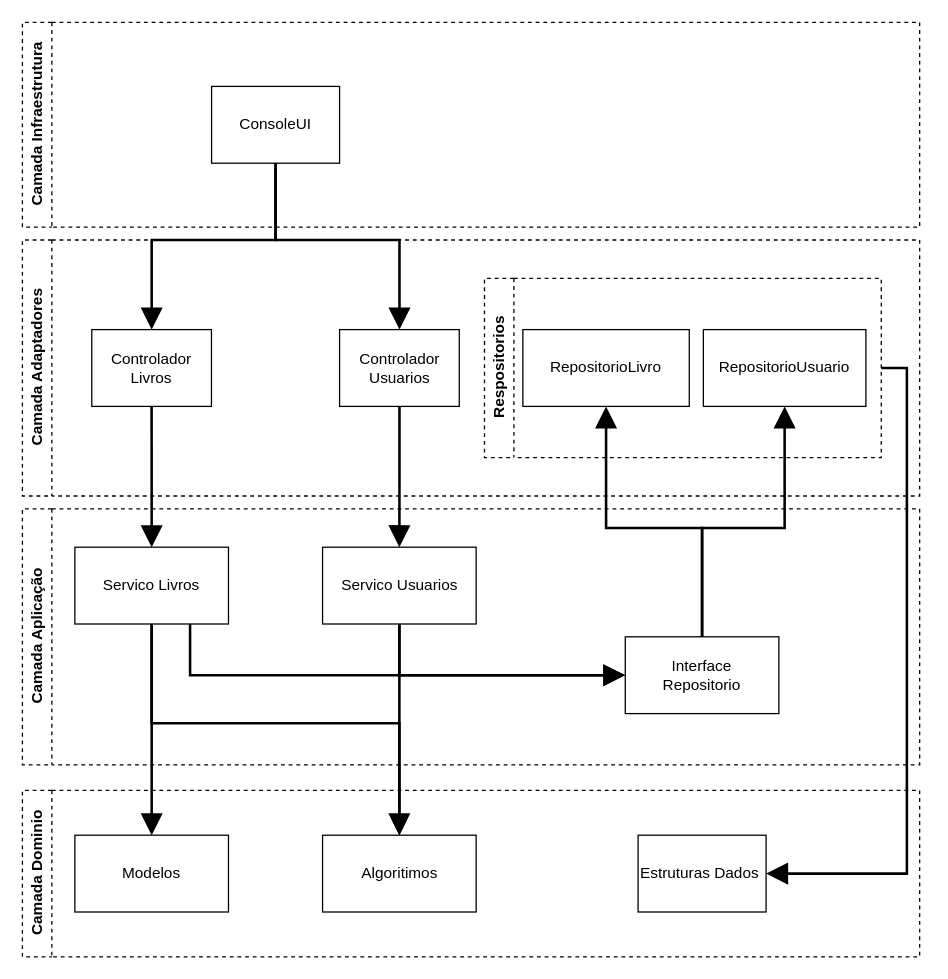
The draw.io diagram arquitetura.drawio in gleberphant/BibliotecaJava, before the edit. Source tidied: cells renumbered, new cells numbered last; positions are measured from the earlier drawing's top-left corner, leaving out a move shared by most shapes. Both pictures are drawn from the tidied source at 128%, with x=0, y=0 at pixel (22, 22).
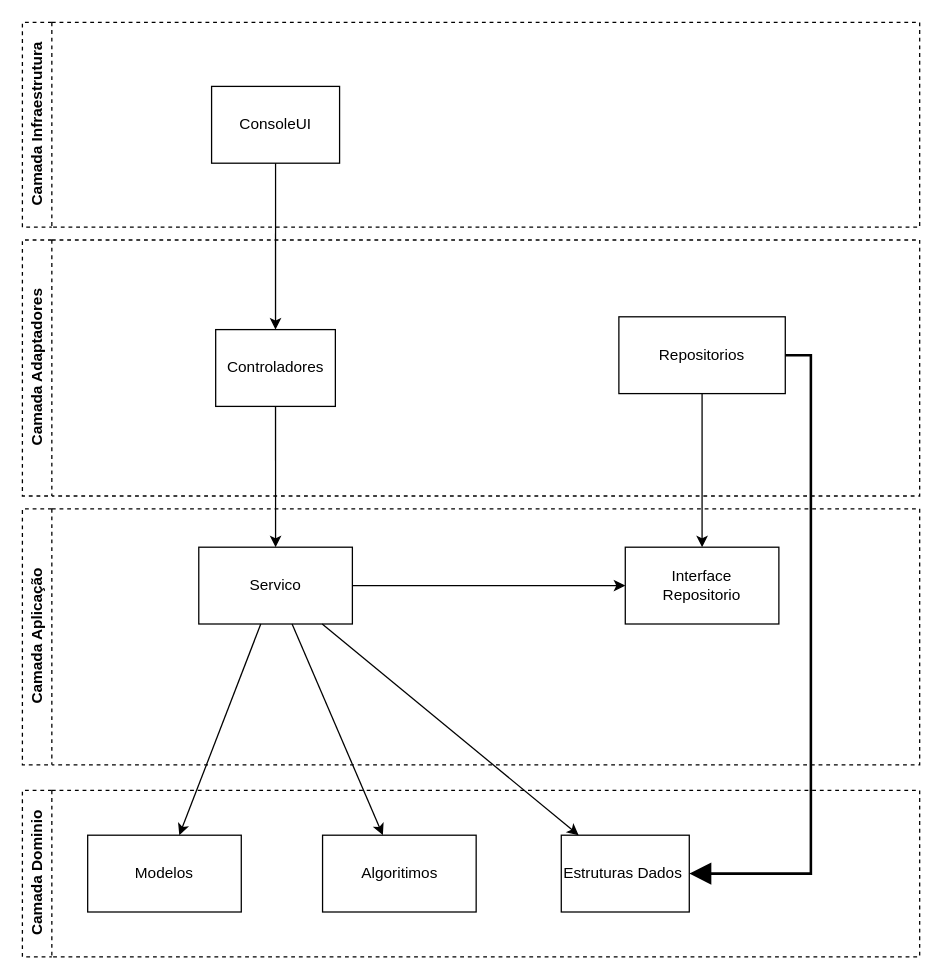
The same diagram, later.

Unchanged cells that the change refers to:
```xml
<mxCell id="4" value="ConsoleUI" style="rounded=0;whiteSpace=wrap;html=1;" parent="3" vertex="1">
  <mxGeometry x="147.8" y="50" width="100" height="60" as="geometry" />
</mxCell>
<mxCell id="5" value="Camada Adaptadores" style="swimlane;horizontal=0;whiteSpace=wrap;html=1;dashed=1;" parent="1" vertex="1">
  <mxGeometry y="170" width="701" height="200" as="geometry" />
</mxCell>
<mxCell id="11" value="Camada Aplicação" style="swimlane;horizontal=0;whiteSpace=wrap;html=1;dashed=1;startSize=23;" parent="1" vertex="1">
  <mxGeometry y="380" width="701" height="200" as="geometry" />
</mxCell>
<mxCell id="18" value="Camada Dominio" style="swimlane;horizontal=0;whiteSpace=wrap;html=1;dashed=1;" parent="1" vertex="1">
  <mxGeometry y="600" width="701" height="130" as="geometry" />
</mxCell>
<mxCell id="20" value="Algoritimos" style="rounded=0;whiteSpace=wrap;html=1;" parent="18" vertex="1">
  <mxGeometry x="234.5" y="35" width="120" height="60" as="geometry" />
</mxCell>
```

Change to the diagram source:
```diff
@@
-    <mxCell id="2" style="edgeStyle=orthogonalEdgeStyle;rounded=0;jettySize=auto;html=1;exitX=0.5;exitY=1;exitDx=0;exitDy=0;strokeWidth=2;endArrow=block;endFill=1;endSize=12;" parent="1" edge="1" source="4" target="6">
-      <mxGeometry relative="1" as="geometry" />
-    </mxCell>
@@
-    <mxCell id="6" value="Controlador&lt;div&gt;Livros&lt;/div&gt;" style="rounded=0;whiteSpace=wrap;html=1;" parent="5" vertex="1">
-      <mxGeometry x="54.2" y="70" width="93.5" height="60" as="geometry" />
+    <mxCell id="6" value="Controladores" style="rounded=0;whiteSpace=wrap;html=1;" parent="5" vertex="1">
+      <mxGeometry x="151" y="70" width="93.5" height="60" as="geometry" />
     </mxCell>
-    <mxCell id="7" value="Controlador&lt;div&gt;Usuarios&lt;/div&gt;" style="rounded=0;whiteSpace=wrap;html=1;" parent="5" vertex="1">
-      <mxGeometry x="247.8" y="70" width="93.5" height="60" as="geometry" />
-    </mxCell>
-    <mxCell id="8" value="Respositorios" style="swimlane;horizontal=0;whiteSpace=wrap;html=1;dashed=1;" parent="5" vertex="1">
-      <mxGeometry x="361" y="30" width="310" height="140" as="geometry" />
-    </mxCell>
-    <mxCell id="9" value="RepositorioLivro" style="rounded=0;whiteSpace=wrap;html=1;" parent="8" vertex="1">
-      <mxGeometry x="30" y="40" width="130" height="60" as="geometry" />
+    <mxCell id="9" value="Repositorios" style="rounded=0;whiteSpace=wrap;html=1;" parent="5" vertex="1">
+      <mxGeometry x="466" y="60" width="130" height="60" as="geometry" />
     </mxCell>
-    <mxCell id="10" value="RepositorioUsuario" style="rounded=0;whiteSpace=wrap;html=1;" parent="8" vertex="1">
-      <mxGeometry x="171" y="40" width="127" height="60" as="geometry" />
-    </mxCell>
@@
+    <mxCell id="16" style="edgeStyle=orthogonalEdgeStyle;html=1;entryX=0;entryY=0.5;entryDx=0;entryDy=0;" parent="11" edge="1" source="12" target="14">
+      <mxGeometry relative="1" as="geometry" />
+    </mxCell>
-    <mxCell id="12" value="Servico Livros" style="rounded=0;whiteSpace=wrap;html=1;" parent="11" vertex="1">
-      <mxGeometry x="41" y="30" width="120" height="60" as="geometry" />
+    <mxCell id="12" value="Servico" style="rounded=0;whiteSpace=wrap;html=1;" parent="11" vertex="1">
+      <mxGeometry x="137.8" y="30" width="120" height="60" as="geometry" />
     </mxCell>
-    <mxCell id="13" value="Servico Usuarios" style="rounded=0;whiteSpace=wrap;html=1;" parent="11" vertex="1">
-      <mxGeometry x="234.5" y="30" width="120" height="60" as="geometry" />
-    </mxCell>
     <mxCell id="14" value="Interface&lt;div&gt;Repositorio&lt;/div&gt;" style="rounded=0;whiteSpace=wrap;html=1;" parent="11" vertex="1">
-      <mxGeometry x="471" y="100" width="120" height="60" as="geometry" />
+      <mxGeometry x="471" y="30" width="120" height="60" as="geometry" />
     </mxCell>
-    <mxCell id="15" style="rounded=0;jettySize=auto;html=1;edgeStyle=orthogonalEdgeStyle;strokeWidth=2;endArrow=block;endFill=1;endSize=12;exitX=0.5;exitY=1;exitDx=0;exitDy=0;entryX=0;entryY=0.5;entryDx=0;entryDy=0;" parent="11" edge="1" source="13" target="14">
-      <mxGeometry relative="1" as="geometry" />
-    </mxCell>
-    <mxCell id="16" style="rounded=0;jettySize=auto;html=1;edgeStyle=orthogonalEdgeStyle;strokeWidth=2;endArrow=block;endFill=1;endSize=12;exitX=0.75;exitY=1;exitDx=0;exitDy=0;entryX=0;entryY=0.5;entryDx=0;entryDy=0;curved=0;" parent="11" edge="1" source="12" target="14">
-      <mxGeometry relative="1" as="geometry" />
-    </mxCell>
-    <mxCell id="17" style="edgeStyle=orthogonalEdgeStyle;rounded=0;jettySize=auto;html=1;strokeWidth=2;endArrow=block;endFill=1;endSize=12;exitX=0.5;exitY=1;exitDx=0;exitDy=0;entryX=0.5;entryY=0;entryDx=0;entryDy=0;" parent="1" edge="1" source="6" target="12">
-      <mxGeometry relative="1" as="geometry" />
-    </mxCell>
@@
     <mxCell id="19" value="Modelos" style="rounded=0;whiteSpace=wrap;html=1;" parent="18" vertex="1">
-      <mxGeometry x="41" y="35" width="120" height="60" as="geometry" />
+      <mxGeometry x="51" y="35" width="120" height="60" as="geometry" />
     </mxCell>
@@
     <mxCell id="21" value="Estruturas Dados&amp;nbsp;" style="rounded=0;whiteSpace=wrap;html=1;" parent="18" vertex="1">
-      <mxGeometry x="481" y="35" width="100" height="60" as="geometry" />
+      <mxGeometry x="421" y="35" width="100" height="60" as="geometry" />
     </mxCell>
+    <mxCell id="25" style="edgeStyle=orthogonalEdgeStyle;rounded=0;jettySize=auto;html=1;strokeWidth=2;endArrow=block;endFill=1;endSize=12;exitX=1;exitY=0.5;exitDx=0;exitDy=0;entryX=1;entryY=0.5;entryDx=0;entryDy=0;" parent="1" edge="1" source="9" target="21">
+      <mxGeometry relative="1" as="geometry" />
+    </mxCell>
-    <mxCell id="22" style="edgeStyle=orthogonalEdgeStyle;rounded=0;jettySize=auto;html=1;strokeWidth=2;endArrow=block;endFill=1;endSize=12;exitX=0.5;exitY=1;exitDx=0;exitDy=0;" parent="1" edge="1" source="12" target="19">
+    <mxCell id="22" style="edgeStyle=none;html=1;" parent="1" edge="1" source="12" target="19">
       <mxGeometry relative="1" as="geometry" />
     </mxCell>
-    <mxCell id="23" style="edgeStyle=orthogonalEdgeStyle;rounded=0;jettySize=auto;html=1;strokeWidth=2;endArrow=block;endFill=1;endSize=12;exitX=0.5;exitY=1;exitDx=0;exitDy=0;" parent="1" edge="1" source="12" target="20">
+    <mxCell id="23" style="edgeStyle=none;html=1;" parent="1" edge="1" source="12" target="20">
       <mxGeometry relative="1" as="geometry" />
     </mxCell>
-    <mxCell id="24" style="edgeStyle=orthogonalEdgeStyle;rounded=0;jettySize=auto;html=1;strokeWidth=2;endArrow=block;endFill=1;endSize=12;entryX=0.5;entryY=1;entryDx=0;entryDy=0;" parent="1" edge="1" source="14" target="9">
-      <mxGeometry relative="1" as="geometry" />
-    </mxCell>
-    <mxCell id="25" style="edgeStyle=orthogonalEdgeStyle;rounded=0;jettySize=auto;html=1;strokeWidth=2;endArrow=block;endFill=1;endSize=12;exitX=1;exitY=0.5;exitDx=0;exitDy=0;entryX=1;entryY=0.5;entryDx=0;entryDy=0;" parent="1" edge="1" source="8" target="21">
-      <mxGeometry relative="1" as="geometry" />
-    </mxCell>
-    <mxCell id="26" style="edgeStyle=orthogonalEdgeStyle;rounded=0;jettySize=auto;html=1;strokeWidth=2;endArrow=block;endFill=1;endSize=12;" parent="1" edge="1" source="4" target="7">
-      <mxGeometry relative="1" as="geometry" />
-    </mxCell>
-    <mxCell id="27" style="edgeStyle=orthogonalEdgeStyle;rounded=0;jettySize=auto;html=1;strokeWidth=2;endArrow=block;endFill=1;endSize=12;" parent="1" edge="1" source="7" target="13">
-      <mxGeometry relative="1" as="geometry" />
-    </mxCell>
-    <mxCell id="28" style="edgeStyle=orthogonalEdgeStyle;rounded=0;jettySize=auto;html=1;strokeWidth=2;endArrow=block;endFill=1;endSize=12;entryX=0.5;entryY=1;entryDx=0;entryDy=0;exitX=0.5;exitY=0;exitDx=0;exitDy=0;" parent="1" edge="1" source="14" target="10">
-      <mxGeometry relative="1" as="geometry" />
-    </mxCell>
-    <mxCell id="29" style="edgeStyle=orthogonalEdgeStyle;html=1;strokeWidth=2;" parent="1" edge="1" source="13" target="20">
-      <mxGeometry relative="1" as="geometry" />
-    </mxCell>
+    <mxCell id="30" style="edgeStyle=none;html=1;" parent="1" edge="1" source="12" target="21">
+      <mxGeometry relative="1" as="geometry" />
+    </mxCell>
+    <mxCell id="31" style="edgeStyle=none;html=1;" parent="1" edge="1" source="9" target="14">
+      <mxGeometry relative="1" as="geometry" />
+    </mxCell>
+    <mxCell id="17" style="edgeStyle=none;html=1;" parent="1" edge="1" source="6" target="12">
+      <mxGeometry relative="1" as="geometry" />
+    </mxCell>
+    <mxCell id="2" style="edgeStyle=none;html=1;" parent="1" edge="1" source="4" target="6">
+      <mxGeometry relative="1" as="geometry" />
+    </mxCell>
```
